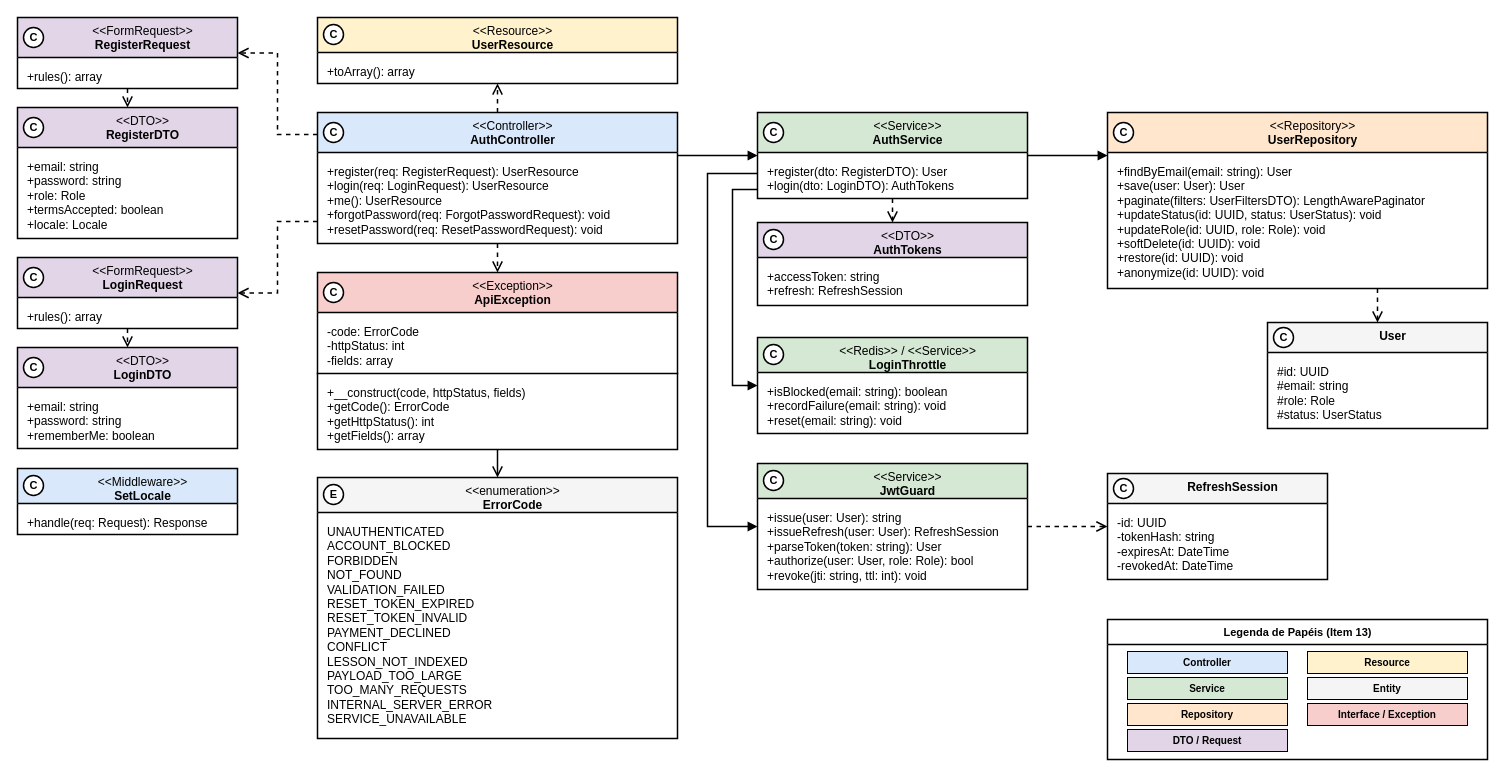
The draw.io diagram especificacao/diagramas/13-classes-area-a-implementacao-login.drawio in Plataforma-de-Cursos-TCC/plataforma-cursos-docs, before the edit. Source tidied: cells renumbered, new cells numbered last; positions are measured from the earlier drawing's top-left corner, leaving out a move shared by most shapes. Both pictures are drawn from the tidied source at 100%, with x=0, y=0 at pixel (17, 17).
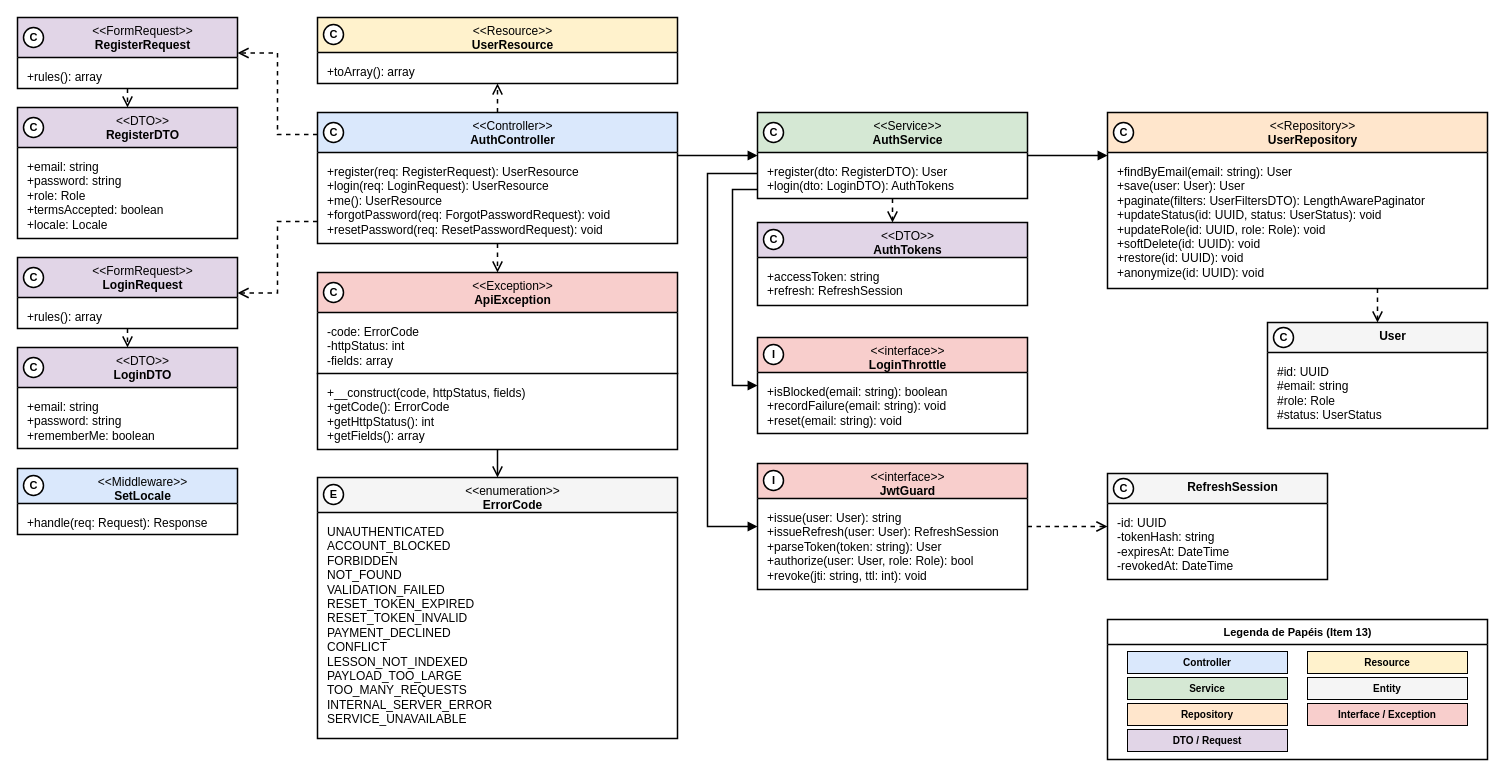
The same diagram, later.

Commit message (it also covers changes not shown here):
docs(diagrama-de-classes): mark infrastructure contracts as interfaces

Change to the diagram source:
```diff
@@
-    <mxCell id="36" value="&amp;lt;&amp;lt;Redis&amp;gt;&amp;gt; / &amp;lt;&amp;lt;Service&amp;gt;&amp;gt;&lt;br&gt;&lt;b&gt;LoginThrottle&lt;/b&gt;" style="swimlane;html=1;fontStyle=0;align=center;verticalAlign=top;startSize=35;fillColor=#D5E8D4;swimlaneFillColor=#FFFFFF;strokeColor=#000000;strokeWidth=1.5;fontFamily=Helvetica;fontSize=12;fontColor=#000000;rounded=0;spacingLeft=30;" parent="1" vertex="1">
+    <mxCell id="36" value="&amp;lt;&amp;lt;interface&amp;gt;&amp;gt;&lt;br&gt;&lt;b&gt;LoginThrottle&lt;/b&gt;" style="swimlane;html=1;fontStyle=0;align=center;verticalAlign=top;startSize=35;fillColor=#F8CECC;swimlaneFillColor=#FFFFFF;strokeColor=#000000;strokeWidth=1.5;fontFamily=Helvetica;fontSize=12;fontColor=#000000;rounded=0;spacingLeft=30;" parent="1" vertex="1">
       <mxGeometry x="740" y="320" width="270" height="96" as="geometry" />
     </mxCell>
-    <mxCell id="37" value="C" style="ellipse;html=1;fillColor=#FFFFFF;strokeColor=#000000;strokeWidth=1.5;fontFamily=Helvetica;fontSize=11;fontStyle=1;fontColor=#000000;" parent="1" vertex="1">
+    <mxCell id="37" value="I" style="ellipse;html=1;fillColor=#FFFFFF;strokeColor=#000000;strokeWidth=1.5;fontFamily=Helvetica;fontSize=11;fontStyle=1;fontColor=#000000;" parent="1" vertex="1">
       <mxGeometry x="746" y="327" width="20" height="20" as="geometry" />
     </mxCell>
@@
-    <mxCell id="39" value="&amp;lt;&amp;lt;Service&amp;gt;&amp;gt;&lt;br&gt;&lt;b&gt;JwtGuard&lt;/b&gt;" style="swimlane;html=1;fontStyle=0;align=center;verticalAlign=top;startSize=35;fillColor=#D5E8D4;swimlaneFillColor=#FFFFFF;strokeColor=#000000;strokeWidth=1.5;fontFamily=Helvetica;fontSize=12;fontColor=#000000;rounded=0;spacingLeft=30;" parent="1" vertex="1">
+    <mxCell id="39" value="&amp;lt;&amp;lt;interface&amp;gt;&amp;gt;&lt;br&gt;&lt;b&gt;JwtGuard&lt;/b&gt;" style="swimlane;html=1;fontStyle=0;align=center;verticalAlign=top;startSize=35;fillColor=#F8CECC;swimlaneFillColor=#FFFFFF;strokeColor=#000000;strokeWidth=1.5;fontFamily=Helvetica;fontSize=12;fontColor=#000000;rounded=0;spacingLeft=30;" parent="1" vertex="1">
       <mxGeometry x="740" y="446" width="270" height="126" as="geometry" />
     </mxCell>
-    <mxCell id="40" value="C" style="ellipse;html=1;fillColor=#FFFFFF;strokeColor=#000000;strokeWidth=1.5;fontFamily=Helvetica;fontSize=11;fontStyle=1;fontColor=#000000;" parent="1" vertex="1">
+    <mxCell id="40" value="I" style="ellipse;html=1;fillColor=#FFFFFF;strokeColor=#000000;strokeWidth=1.5;fontFamily=Helvetica;fontSize=11;fontStyle=1;fontColor=#000000;" parent="1" vertex="1">
       <mxGeometry x="746" y="453" width="20" height="20" as="geometry" />
     </mxCell>
```
